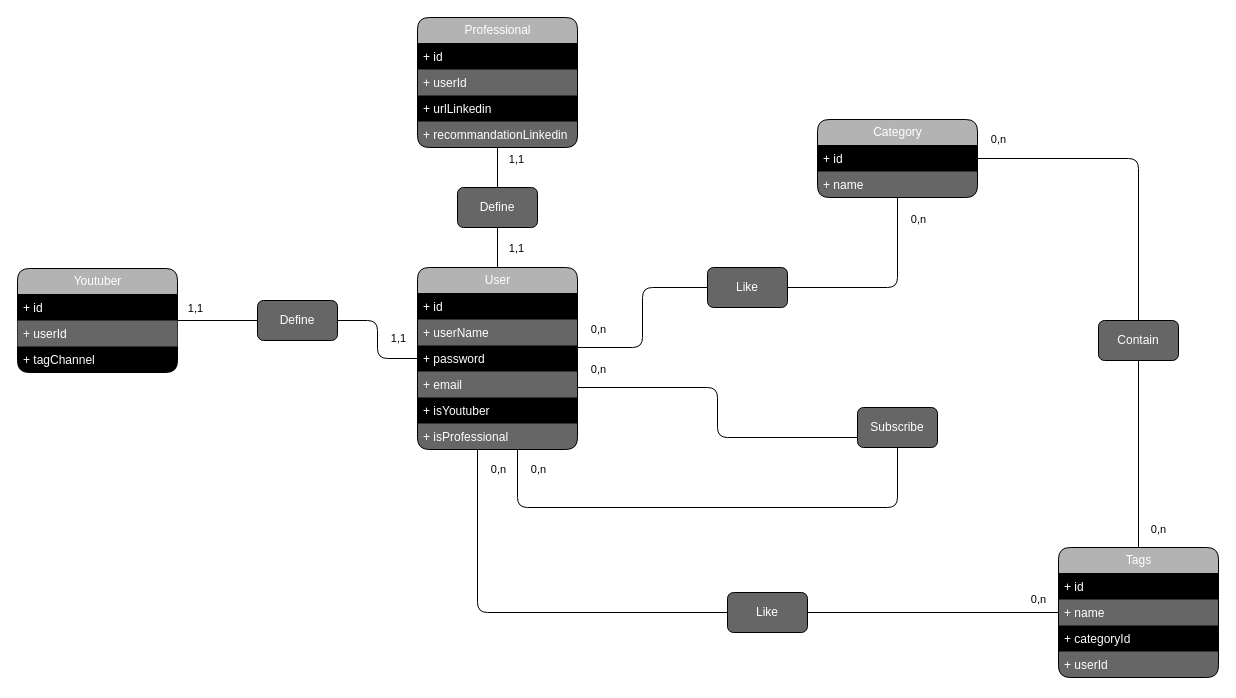
This is youlinkMLD.drawio from C-Alexis4414/Links-to-Experts-Back, a draw.io file, before an edit. Source tidied: cells renumbered, new cells numbered last; positions are measured from the earlier drawing's top-left corner, leaving out a move shared by most shapes. Both pictures are drawn from the tidied source at 100%, with x=0, y=0 at pixel (17, 17).
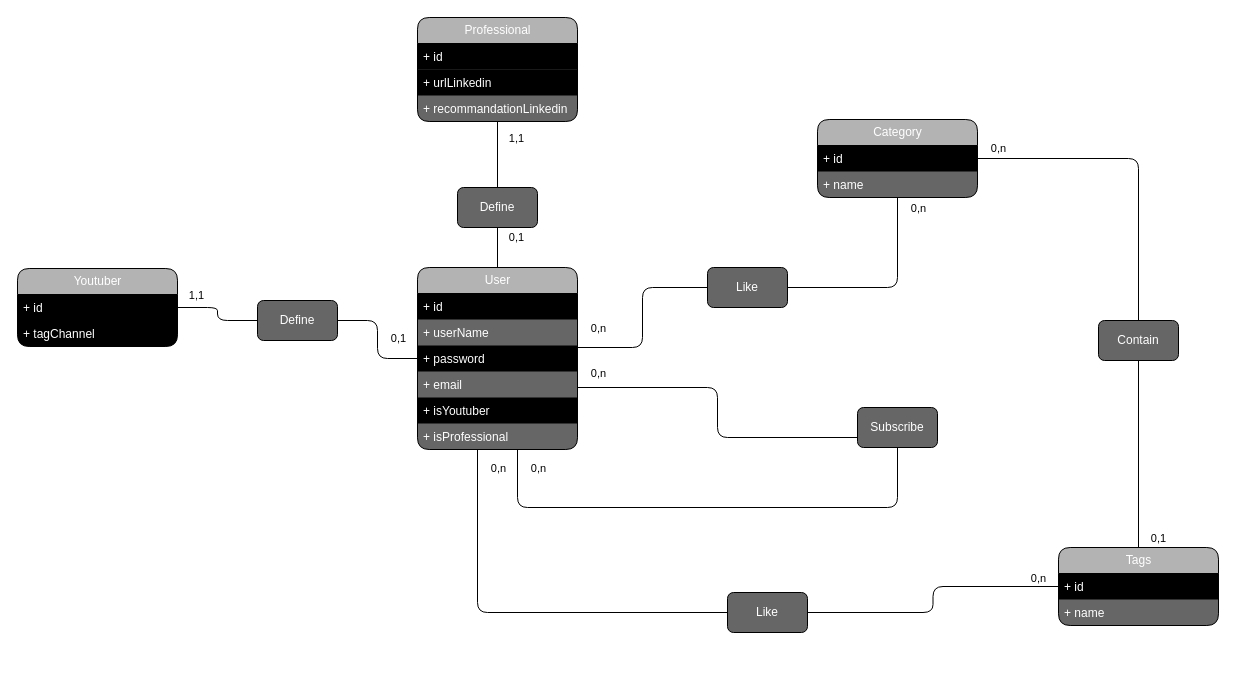
The same diagram, later.

Commit message:
YL-81 Changed type of existing model to MCD ; to do : MLD

Unchanged cells that the change refers to:
```xml
<mxCell id="41" style="edgeStyle=orthogonalEdgeStyle;rounded=1;jettySize=auto;html=1;flowAnimation=0;endArrow=none;endFill=0;" parent="1" edge="1" source="3" target="53">
  <mxGeometry relative="1" as="geometry" />
</mxCell>
```

What changed in the source:
```diff
@@
     <mxCell id="3" value="Professional" style="swimlane;fontStyle=0;horizontal=1;startSize=26;fillColor=#B3B3B3;html=1;rounded=1;swimlaneFillColor=#666666;fontColor=#FFFFFF;" parent="1" vertex="1">
-      <mxGeometry x="400" width="160" height="130" as="geometry" />
+      <mxGeometry x="400" width="160" height="104" as="geometry" />
     </mxCell>
@@
-    <mxCell id="5" value="+ userId" style="text;strokeColor=none;fillColor=none;align=left;verticalAlign=top;spacingLeft=4;spacingRight=4;overflow=hidden;whiteSpace=wrap;html=1;fontColor=#FFFFFF;" parent="3" vertex="1">
-      <mxGeometry y="52" width="160" height="26" as="geometry" />
-    </mxCell>
     <mxCell id="6" value="+ urlLinkedin" style="text;strokeColor=none;fillColor=#000000;align=left;verticalAlign=top;spacingLeft=4;spacingRight=4;overflow=hidden;whiteSpace=wrap;html=1;fontColor=#FFFFFF;" parent="3" vertex="1">
-      <mxGeometry y="78" width="160" height="26" as="geometry" />
+      <mxGeometry y="52" width="160" height="26" as="geometry" />
     </mxCell>
     <mxCell id="7" value="+ recommandationLinkedin" style="text;strokeColor=none;fillColor=none;align=left;verticalAlign=top;spacingLeft=4;spacingRight=4;overflow=hidden;whiteSpace=wrap;html=1;fontColor=#FFFFFF;" parent="3" vertex="1">
-      <mxGeometry y="104" width="160" height="26" as="geometry" />
+      <mxGeometry y="78" width="160" height="26" as="geometry" />
     </mxCell>
@@
     <mxCell id="18" value="Youtuber" style="swimlane;fontStyle=0;horizontal=1;startSize=26;fillColor=#B3B3B3;html=1;rounded=1;swimlaneFillColor=#000000;fontColor=#FFFFFF;" parent="1" vertex="1">
-      <mxGeometry y="251" width="160" height="104" as="geometry" />
+      <mxGeometry y="251" width="160" height="78" as="geometry" />
     </mxCell>
@@
-    <mxCell id="20" value="+ userId" style="text;strokeColor=none;fillColor=#666666;align=left;verticalAlign=top;spacingLeft=4;spacingRight=4;overflow=hidden;whiteSpace=wrap;html=1;fontColor=#FFFFFF;" parent="18" vertex="1">
-      <mxGeometry y="52" width="160" height="26" as="geometry" />
-    </mxCell>
     <mxCell id="21" value="+ tagChannel" style="text;strokeColor=none;fillColor=none;align=left;verticalAlign=top;spacingLeft=4;spacingRight=4;overflow=hidden;whiteSpace=wrap;html=1;fontColor=#FFFFFF;" parent="18" vertex="1">
-      <mxGeometry y="78" width="160" height="26" as="geometry" />
+      <mxGeometry y="52" width="160" height="26" as="geometry" />
     </mxCell>
@@
     <mxCell id="26" value="Tags" style="swimlane;fontStyle=0;horizontal=1;startSize=26;fillColor=#B3B3B3;html=1;rounded=1;swimlaneFillColor=#666666;fontColor=#FFFFFF;" parent="1" vertex="1">
-      <mxGeometry x="1041" y="530" width="160" height="130" as="geometry" />
+      <mxGeometry x="1041" y="530" width="160" height="78" as="geometry" />
     </mxCell>
@@
-    <mxCell id="29" value="+ categoryId" style="text;strokeColor=none;fillColor=#000000;align=left;verticalAlign=top;spacingLeft=4;spacingRight=4;overflow=hidden;whiteSpace=wrap;html=1;fontColor=#FFFFFF;" parent="26" vertex="1">
-      <mxGeometry y="78" width="160" height="26" as="geometry" />
-    </mxCell>
-    <mxCell id="30" value="+ userId" style="text;strokeColor=none;fillColor=none;align=left;verticalAlign=top;spacingLeft=4;spacingRight=4;overflow=hidden;whiteSpace=wrap;html=1;fontColor=#FFFFFF;" parent="26" vertex="1">
-      <mxGeometry y="104" width="160" height="26" as="geometry" />
-    </mxCell>
@@
     <mxCell id="42" value="1,1" style="edgeLabel;html=1;align=center;verticalAlign=middle;" parent="41" vertex="1">
       <mxGeometry x="-0.22" y="-1" relative="1" as="geometry">
-        <mxPoint x="19" y="-5" as="offset" />
+        <mxPoint x="19" y="-10" as="offset" />
       </mxGeometry>
     </mxCell>
-    <mxCell id="43" value="1,1" style="edgeLabel;html=1;align=center;verticalAlign=middle;" parent="41" vertex="1">
+    <mxCell id="43" value="0,1" style="edgeLabel;html=1;align=center;verticalAlign=middle;" parent="41" vertex="1">
       <mxGeometry x="-0.22" y="-1" relative="1" as="geometry">
-        <mxPoint x="19" y="84" as="offset" />
+        <mxPoint x="19" y="89" as="offset" />
       </mxGeometry>
     </mxCell>
-    <mxCell id="44" value="1,1" style="edgeLabel;html=1;align=center;verticalAlign=middle;" parent="41" vertex="1">
+    <mxCell id="44" value="0,1" style="edgeLabel;html=1;align=center;verticalAlign=middle;" parent="41" vertex="1">
       <mxGeometry x="-0.22" y="-1" relative="1" as="geometry">
-        <mxPoint x="-99" y="174" as="offset" />
+        <mxPoint x="-99" y="190" as="offset" />
       </mxGeometry>
     </mxCell>
     <mxCell id="45" value="0,n" style="edgeLabel;html=1;align=center;verticalAlign=middle;" parent="41" vertex="1">
       <mxGeometry x="-0.22" y="-1" relative="1" as="geometry">
-        <mxPoint x="101" y="165" as="offset" />
+        <mxPoint x="101" y="180" as="offset" />
       </mxGeometry>
     </mxCell>
     <mxCell id="46" value="0,n" style="edgeLabel;html=1;align=center;verticalAlign=middle;" parent="41" vertex="1">
       <mxGeometry x="-0.22" y="-1" relative="1" as="geometry">
-        <mxPoint x="101" y="205" as="offset" />
+        <mxPoint x="101" y="225" as="offset" />
       </mxGeometry>
     </mxCell>
     <mxCell id="47" value="0,n" style="edgeLabel;html=1;align=center;verticalAlign=middle;" parent="41" vertex="1">
       <mxGeometry x="-0.22" y="-1" relative="1" as="geometry">
-        <mxPoint x="421" y="55" as="offset" />
+        <mxPoint x="421" y="60" as="offset" />
       </mxGeometry>
     </mxCell>
     <mxCell id="48" value="0,n" style="edgeLabel;html=1;align=center;verticalAlign=middle;" parent="41" vertex="1">
       <mxGeometry x="-0.22" y="-1" relative="1" as="geometry">
-        <mxPoint x="501" y="-25" as="offset" />
+        <mxPoint x="501" as="offset" />
       </mxGeometry>
     </mxCell>
-    <mxCell id="49" value="0,n" style="edgeLabel;html=1;align=center;verticalAlign=middle;" parent="41" vertex="1">
+    <mxCell id="49" value="0,1" style="edgeLabel;html=1;align=center;verticalAlign=middle;" parent="41" vertex="1">
       <mxGeometry x="-0.22" y="-1" relative="1" as="geometry">
-        <mxPoint x="661" y="365" as="offset" />
+        <mxPoint x="661" y="390" as="offset" />
       </mxGeometry>
     </mxCell>
     <mxCell id="50" value="0,n" style="edgeLabel;html=1;align=center;verticalAlign=middle;" parent="41" vertex="1">
       <mxGeometry x="-0.22" y="-1" relative="1" as="geometry">
-        <mxPoint x="541" y="435" as="offset" />
+        <mxPoint x="541" y="430" as="offset" />
       </mxGeometry>
     </mxCell>
     <mxCell id="51" value="0,n" style="edgeLabel;html=1;align=center;verticalAlign=middle;" parent="41" vertex="1">
       <mxGeometry x="-0.22" y="-1" relative="1" as="geometry">
-        <mxPoint x="41" y="305" as="offset" />
+        <mxPoint x="41" y="320" as="offset" />
       </mxGeometry>
     </mxCell>
     <mxCell id="52" value="0,n" style="edgeLabel;html=1;align=center;verticalAlign=middle;" parent="41" vertex="1">
       <mxGeometry x="-0.22" y="-1" relative="1" as="geometry">
-        <mxPoint x="1" y="305" as="offset" />
+        <mxPoint x="1" y="320" as="offset" />
       </mxGeometry>
     </mxCell>
```
